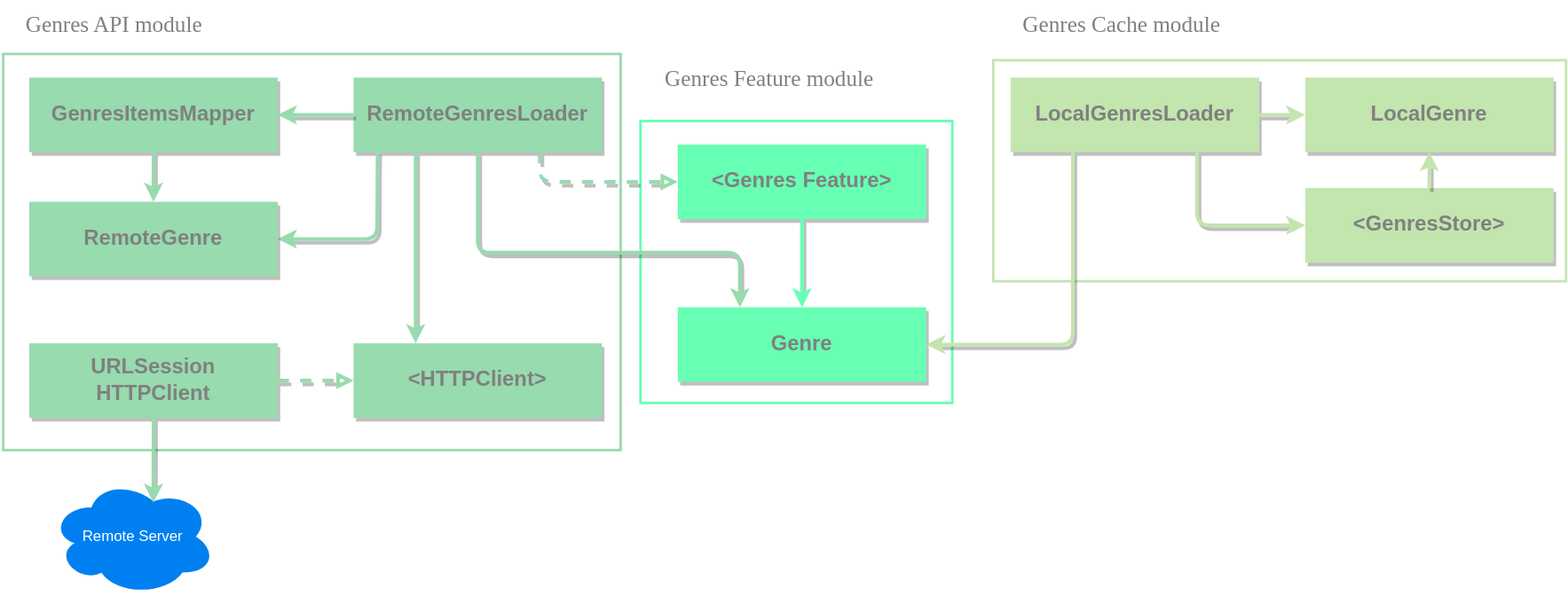
Before: Podcasts Genres List/Genres List UI/dependency.drawio.svg, a diagram exported from draw.io (alexnikol/AnyCast). Source tidied: cells renumbered, new cells last; positions are measured from the earlier drawing's top-left corner, leaving out a move shared by most shapes.
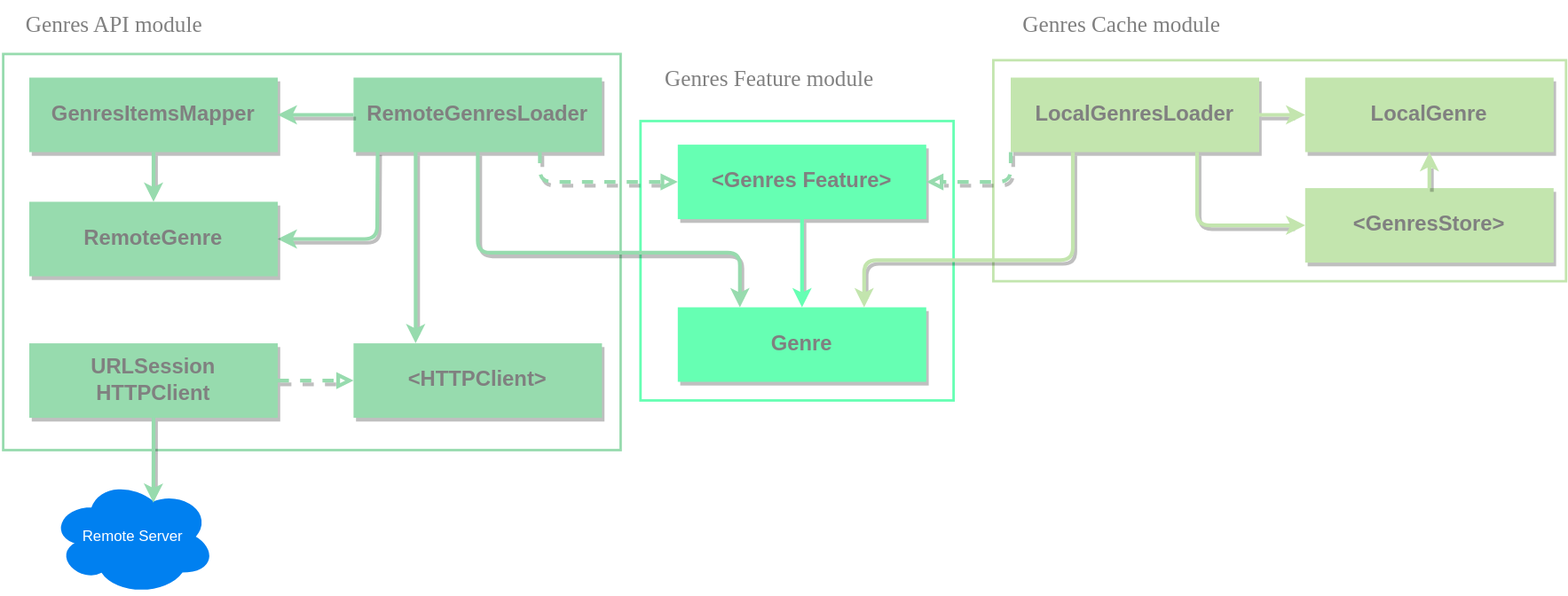
After the change.

Commit message:
Dependancy diagram updated

Change to the diagram source:
```diff
@@ -6,7 +6,7 @@
       <mxGeometry x="799" y="48" width="461" height="178" as="geometry" />
     </mxCell>
     <mxCell id="3" style="rounded=0;whiteSpace=wrap;html=1;strokeWidth=2;strokeColor=#66FFB3;fillColor=none;" parent="1" vertex="1">
-      <mxGeometry x="515" y="97" width="251" height="227" as="geometry" />
+      <mxGeometry x="515" y="97" width="252" height="225" as="geometry" />
     </mxCell>
     <mxCell id="4" style="rounded=0;whiteSpace=wrap;html=1;strokeWidth=2;strokeColor=#97DBAE;fillColor=none;" parent="1" vertex="1">
       <mxGeometry x="2" y="43" width="497" height="319" as="geometry" />
@@ -97,10 +97,11 @@
         </Array>
       </mxGeometry>
     </mxCell>
-    <mxCell id="26" style="edgeStyle=none;html=1;exitX=0.25;exitY=1;exitDx=0;exitDy=0;fontSize=17;fontColor=#999900;strokeColor=#C3E5AE;fillColor=#a20025;strokeWidth=3;shadow=1;entryX=1;entryY=0.5;entryDx=0;entryDy=0;" parent="1" edge="1" source="20" target="23">
+    <mxCell id="26" style="edgeStyle=none;html=1;exitX=0.25;exitY=1;exitDx=0;exitDy=0;fontSize=17;fontColor=#999900;strokeColor=#C3E5AE;fillColor=#a20025;strokeWidth=3;shadow=1;entryX=0.75;entryY=0;entryDx=0;entryDy=0;" parent="1" edge="1" source="20" target="23">
       <mxGeometry relative="1" as="geometry">
         <Array as="points">
-          <mxPoint x="863" y="277" />
+          <mxPoint x="863" y="209" />
+          <mxPoint x="695" y="209" />
         </Array>
       </mxGeometry>
     </mxCell>
@@ -136,5 +137,12 @@
         </Array>
       </mxGeometry>
     </mxCell>
+    <mxCell id="35" style="edgeStyle=none;html=1;exitX=0;exitY=1;exitDx=0;exitDy=0;fontSize=17;fontColor=#999900;strokeColor=#97DBAE;fillColor=#a20025;strokeWidth=3;rounded=1;dashed=1;shadow=1;endArrow=block;endFill=0;entryX=1;entryY=0.5;entryDx=0;entryDy=0;" parent="1" edge="1" source="20" target="8">
+      <mxGeometry relative="1" as="geometry">
+        <Array as="points">
+          <mxPoint x="813" y="146" />
+        </Array>
+      </mxGeometry>
+    </mxCell>
   </root>
 </mxGraphModel>
```
